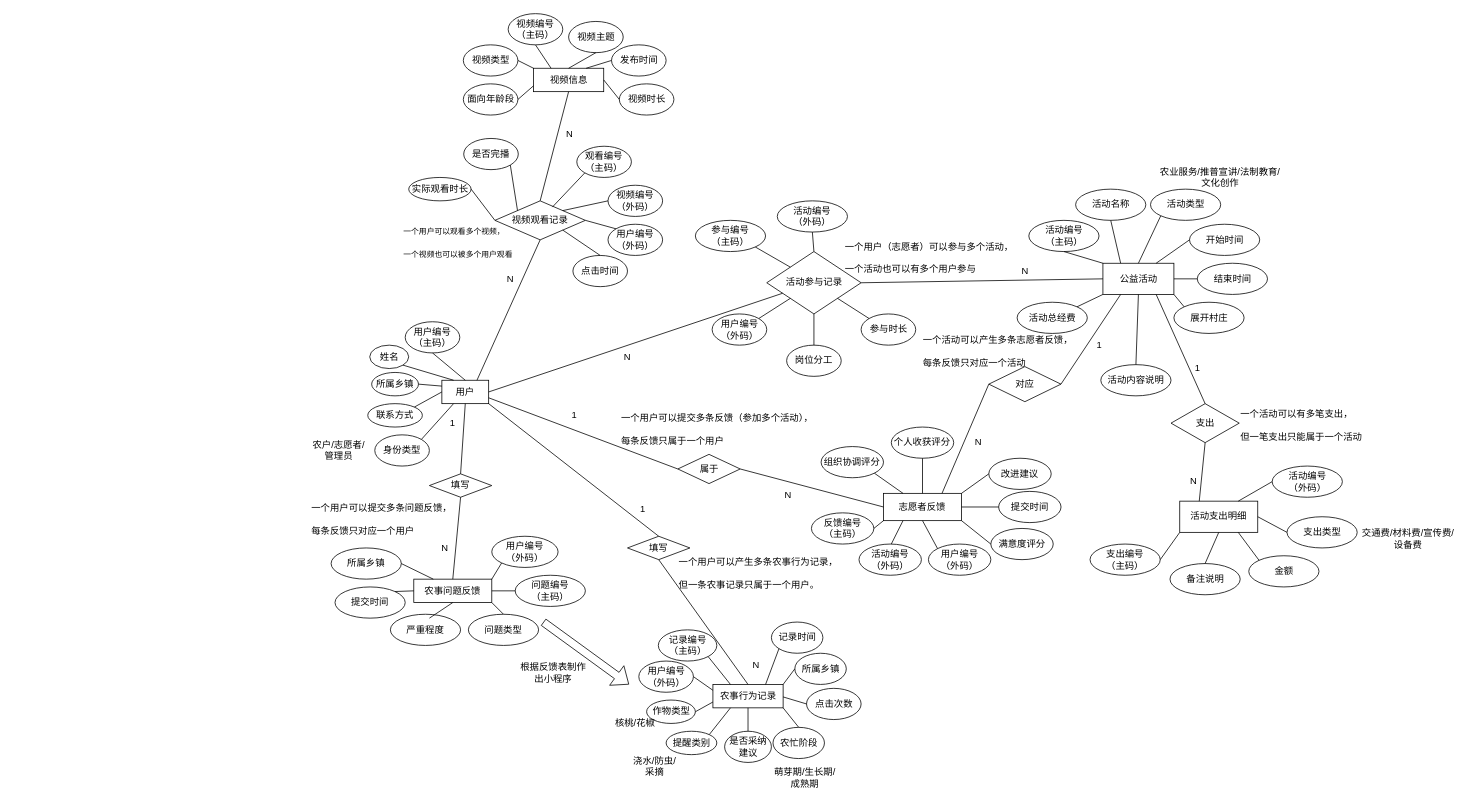
Above: 数字化支撑平台.drawio in Marrick2005/smart-village (draw.io), before the change. Source tidied: cells renumbered, new cells numbered last; positions are measured from the earlier drawing's top-left corner, leaving out a move shared by most shapes. Both pictures are drawn from the tidied source at 78%, with x=0, y=0 at pixel (310, 13).
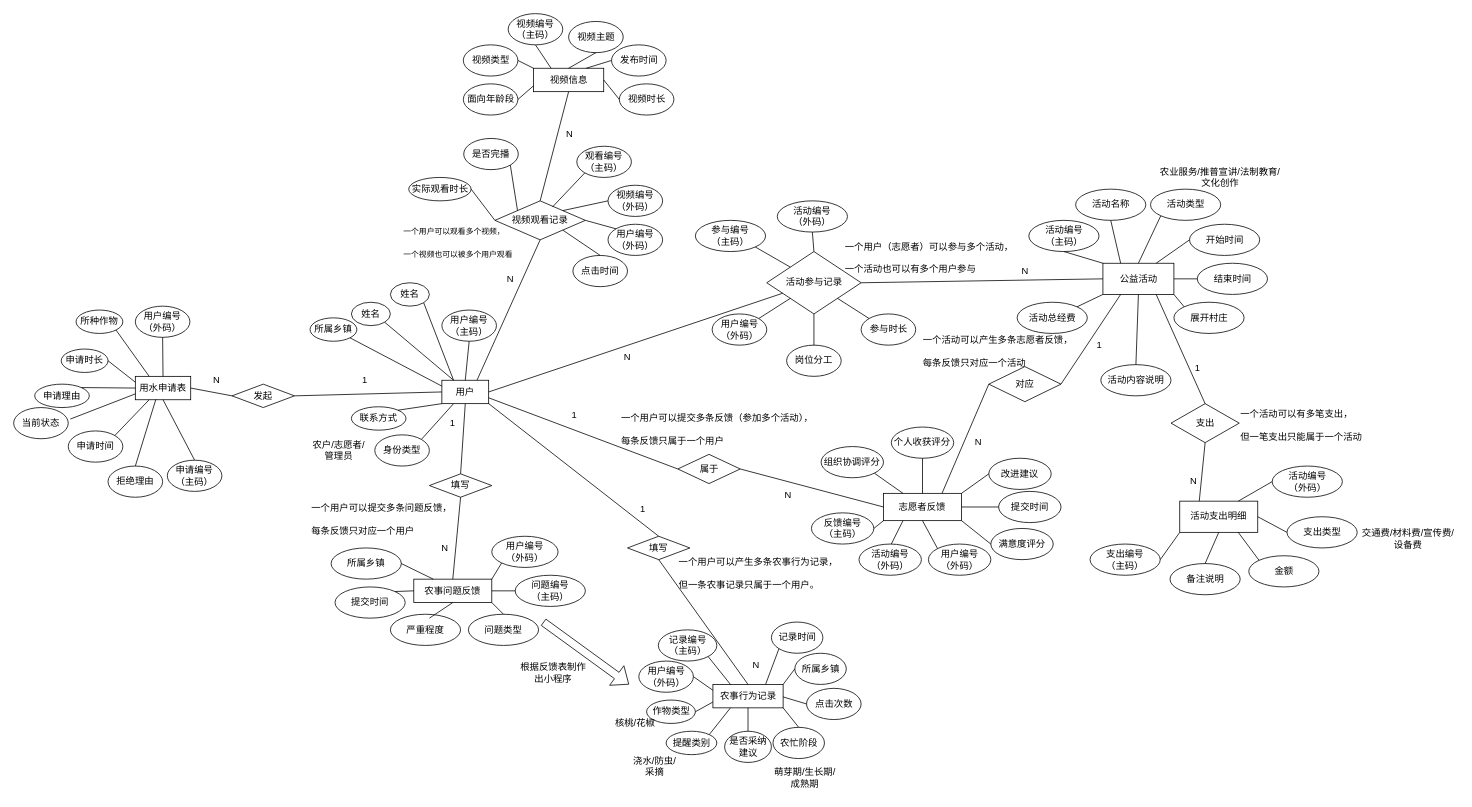
After the change.

The change refers to these unchanged cells:
```xml
<mxCell id="2" value="用户" style="rounded=0;whiteSpace=wrap;html=1;" parent="1" vertex="1">
  <mxGeometry x="169" y="470" width="60" height="30" as="geometry" />
</mxCell>
```

Change to the diagram source:
```diff
@@
     <mxCell id="3" value="用户编号（主码）" style="ellipse;whiteSpace=wrap;html=1;" parent="1" vertex="1">
-      <mxGeometry x="122" y="395" width="70" height="40" as="geometry" />
+      <mxGeometry x="169" y="380" width="70" height="40" as="geometry" />
     </mxCell>
-    <mxCell id="4" style="endArrow=none;html=1;rounded=0;exitX=0.5;exitY=0;exitDx=0;exitDy=0;entryX=0.5;entryY=1;entryDx=0;entryDy=0;" parent="1" edge="1" source="2" target="3">
-      <mxGeometry relative="1" as="geometry" />
-    </mxCell>
     <mxCell id="5" value="姓名" style="ellipse;whiteSpace=wrap;html=1;" parent="1" vertex="1">
-      <mxGeometry x="76.5" y="425" width="50" height="30" as="geometry" />
+      <mxGeometry x="53" y="370" width="50" height="30" as="geometry" />
     </mxCell>
@@
     <mxCell id="7" value="所属乡镇" style="ellipse;whiteSpace=wrap;html=1;" parent="1" vertex="1">
-      <mxGeometry x="79" y="460" width="60" height="30" as="geometry" />
+      <mxGeometry y="390" width="60" height="30" as="geometry" />
     </mxCell>
-    <mxCell id="8" style="endArrow=none;html=1;rounded=0;entryX=1;entryY=0.5;entryDx=0;entryDy=0;exitX=0;exitY=0.25;exitDx=0;exitDy=0;" parent="1" edge="1" source="2" target="7">
+    <mxCell id="8" style="endArrow=none;html=1;rounded=0;entryX=1;entryY=1;entryDx=0;entryDy=0;exitX=0;exitY=0.25;exitDx=0;exitDy=0;" parent="1" edge="1" source="2" target="7">
       <mxGeometry relative="1" as="geometry" />
     </mxCell>
     <mxCell id="9" value="联系方式" style="ellipse;whiteSpace=wrap;html=1;" parent="1" vertex="1">
-      <mxGeometry x="74" y="500" width="70" height="30" as="geometry" />
+      <mxGeometry x="53" y="504" width="70" height="30" as="geometry" />
     </mxCell>
-    <mxCell id="10" style="endArrow=none;html=1;rounded=0;exitX=1;exitY=0;exitDx=0;exitDy=0;entryX=0;entryY=0.5;entryDx=0;entryDy=0;" parent="1" edge="1" source="9" target="2">
+    <mxCell id="10" style="endArrow=none;html=1;rounded=0;exitX=1;exitY=0;exitDx=0;exitDy=0;entryX=0;entryY=1;entryDx=0;entryDy=0;" parent="1" edge="1" source="9" target="2">
       <mxGeometry relative="1" as="geometry" />
     </mxCell>
@@
+    <mxCell id="175" value="姓名" style="ellipse;whiteSpace=wrap;html=1;" parent="1" vertex="1">
+      <mxGeometry x="103" y="345" width="50" height="30" as="geometry" />
+    </mxCell>
+    <mxCell id="176" style="endArrow=none;html=1;rounded=0;entryX=1;entryY=1;entryDx=0;entryDy=0;exitX=0.25;exitY=0;exitDx=0;exitDy=0;" parent="1" edge="1" source="2" target="175">
+      <mxGeometry relative="1" as="geometry" />
+    </mxCell>
+    <mxCell id="4" style="endArrow=none;html=1;rounded=0;entryX=0.5;entryY=1;entryDx=0;entryDy=0;exitX=0.5;exitY=0;exitDx=0;exitDy=0;" parent="1" edge="1" source="2" target="3">
+      <mxGeometry relative="1" as="geometry" />
+    </mxCell>
+    <mxCell id="177" value="用水申请表" style="rounded=0;whiteSpace=wrap;html=1;" parent="1" vertex="1">
+      <mxGeometry x="-224" y="465" width="71" height="30" as="geometry" />
+    </mxCell>
+    <mxCell id="178" value="用户编号（外码）" style="ellipse;whiteSpace=wrap;html=1;" parent="1" vertex="1">
+      <mxGeometry x="-224" y="375" width="70" height="40" as="geometry" />
+    </mxCell>
+    <mxCell id="179" value="所种作物" style="ellipse;whiteSpace=wrap;html=1;" parent="1" vertex="1">
+      <mxGeometry x="-300" y="380" width="60" height="30" as="geometry" />
+    </mxCell>
+    <mxCell id="180" style="endArrow=none;html=1;rounded=0;entryX=1;entryY=1;entryDx=0;entryDy=0;exitX=0.25;exitY=0;exitDx=0;exitDy=0;" parent="1" edge="1" source="177" target="179">
+      <mxGeometry relative="1" as="geometry" />
+    </mxCell>
+    <mxCell id="181" value="申请时长" style="ellipse;whiteSpace=wrap;html=1;" parent="1" vertex="1">
+      <mxGeometry x="-319" y="430" width="60" height="30" as="geometry" />
+    </mxCell>
+    <mxCell id="182" style="endArrow=none;html=1;rounded=0;entryX=1;entryY=0.5;entryDx=0;entryDy=0;exitX=0;exitY=0.25;exitDx=0;exitDy=0;" parent="1" edge="1" source="177" target="181">
+      <mxGeometry relative="1" as="geometry" />
+    </mxCell>
+    <mxCell id="183" value="申请理由" style="ellipse;whiteSpace=wrap;html=1;" parent="1" vertex="1">
+      <mxGeometry x="-353" y="475" width="70" height="30" as="geometry" />
+    </mxCell>
+    <mxCell id="184" style="endArrow=none;html=1;rounded=0;exitX=1;exitY=0;exitDx=0;exitDy=0;entryX=0;entryY=0.5;entryDx=0;entryDy=0;" parent="1" edge="1" source="183" target="177">
+      <mxGeometry relative="1" as="geometry" />
+    </mxCell>
+    <mxCell id="185" value="申请时间" style="ellipse;whiteSpace=wrap;html=1;" parent="1" vertex="1">
+      <mxGeometry x="-310" y="535" width="70" height="40" as="geometry" />
+    </mxCell>
+    <mxCell id="186" style="endArrow=none;html=1;rounded=0;exitX=0.25;exitY=1;exitDx=0;exitDy=0;entryX=1;entryY=0;entryDx=0;entryDy=0;" parent="1" edge="1" source="177" target="185">
+      <mxGeometry relative="1" as="geometry" />
+    </mxCell>
+    <mxCell id="187" style="endArrow=none;html=1;rounded=0;entryX=0.5;entryY=1;entryDx=0;entryDy=0;exitX=0.5;exitY=0;exitDx=0;exitDy=0;" parent="1" edge="1" source="177" target="178">
+      <mxGeometry relative="1" as="geometry" />
+    </mxCell>
+    <mxCell id="188" value="申请编号（主码）" style="ellipse;whiteSpace=wrap;html=1;" parent="1" vertex="1">
+      <mxGeometry x="-183" y="572.5" width="70" height="40" as="geometry" />
+    </mxCell>
+    <mxCell id="189" style="endArrow=none;html=1;rounded=0;entryX=0.5;entryY=1;entryDx=0;entryDy=0;exitX=0.5;exitY=0;exitDx=0;exitDy=0;" parent="1" edge="1" source="188" target="177">
+      <mxGeometry relative="1" as="geometry" />
+    </mxCell>
+    <mxCell id="190" value="当前状态" style="ellipse;whiteSpace=wrap;html=1;" parent="1" vertex="1">
+      <mxGeometry x="-380" y="505" width="70" height="40" as="geometry" />
+    </mxCell>
+    <mxCell id="191" style="endArrow=none;html=1;rounded=0;exitX=0;exitY=0.75;exitDx=0;exitDy=0;entryX=1.038;entryY=0.369;entryDx=0;entryDy=0;entryPerimeter=0;" parent="1" edge="1" source="177" target="190">
+      <mxGeometry relative="1" as="geometry" />
+    </mxCell>
+    <mxCell id="192" value="拒绝理由" style="ellipse;whiteSpace=wrap;html=1;" parent="1" vertex="1">
+      <mxGeometry x="-259" y="580" width="70" height="40" as="geometry" />
+    </mxCell>
+    <mxCell id="193" style="endArrow=none;html=1;rounded=0;entryX=0.37;entryY=0.986;entryDx=0;entryDy=0;exitX=0.5;exitY=0;exitDx=0;exitDy=0;entryPerimeter=0;" parent="1" edge="1" source="192" target="177">
+      <mxGeometry relative="1" as="geometry" />
+    </mxCell>
+    <mxCell id="194" value="发起" style="rhombus;whiteSpace=wrap;html=1;" parent="1" vertex="1">
+      <mxGeometry x="-100" y="475" width="80" height="30" as="geometry" />
+    </mxCell>
+    <mxCell id="195" style="endArrow=none;html=1;rounded=0;entryX=1;entryY=0.5;entryDx=0;entryDy=0;exitX=0;exitY=0.5;exitDx=0;exitDy=0;" parent="1" edge="1" source="194" target="177">
+      <mxGeometry relative="1" as="geometry" />
+    </mxCell>
+    <mxCell id="196" style="endArrow=none;html=1;rounded=0;entryX=1;entryY=0.5;entryDx=0;entryDy=0;exitX=0;exitY=0.5;exitDx=0;exitDy=0;" parent="1" edge="1" source="2" target="194">
+      <mxGeometry relative="1" as="geometry" />
+    </mxCell>
+    <mxCell id="197" value="N" style="text;html=1;align=center;verticalAlign=middle;strokeColor=none;fillColor=none;" parent="1" vertex="1">
+      <mxGeometry x="-135" y="455" width="30" height="30" as="geometry" />
+    </mxCell>
+    <mxCell id="198" value="1" style="text;html=1;align=center;verticalAlign=middle;strokeColor=none;fillColor=none;" parent="1" vertex="1">
+      <mxGeometry x="55" y="455" width="30" height="30" as="geometry" />
+    </mxCell>
```
